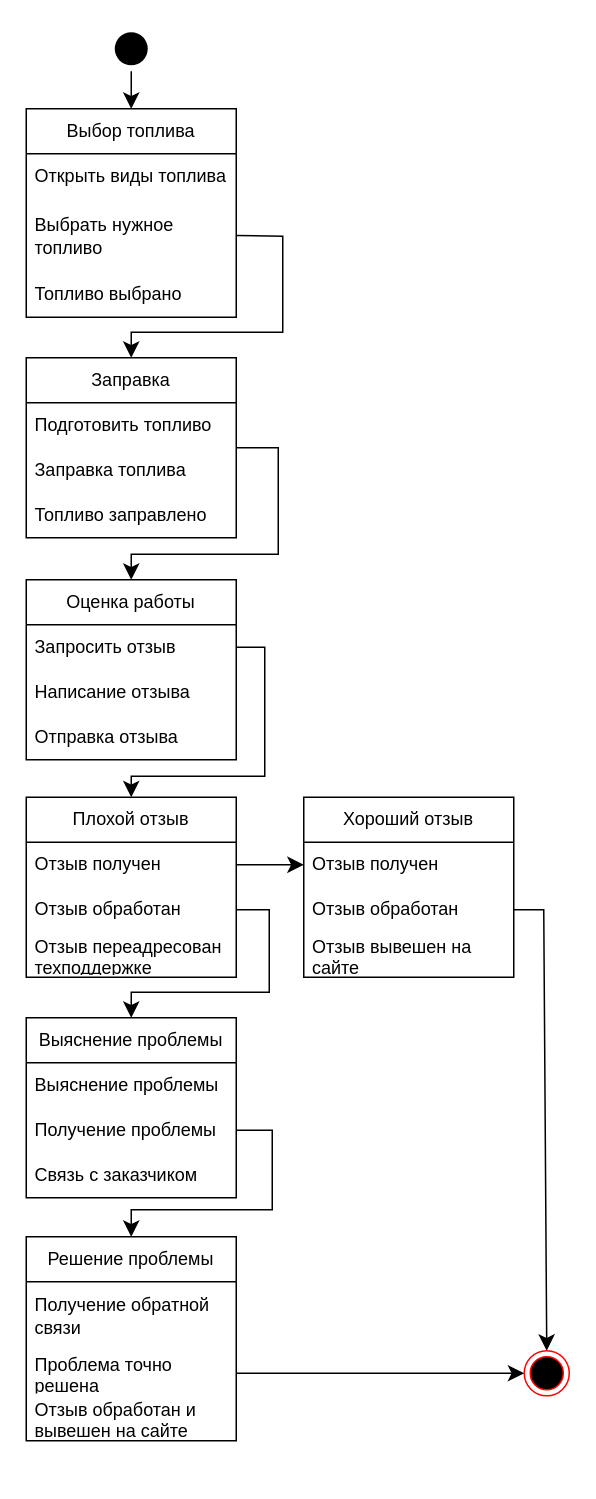
This is page "Page-4" (4 of 5) of 3.drawio from Helpmepleaseitishard/Aikms, a draw.io file, before an edit. Source tidied: cells renumbered, new cells numbered last; positions are measured from the earlier drawing's top-left corner, leaving out a move shared by most shapes. Both pictures are drawn from the tidied source at 150%, with x=0, y=0 at pixel (26, 26).
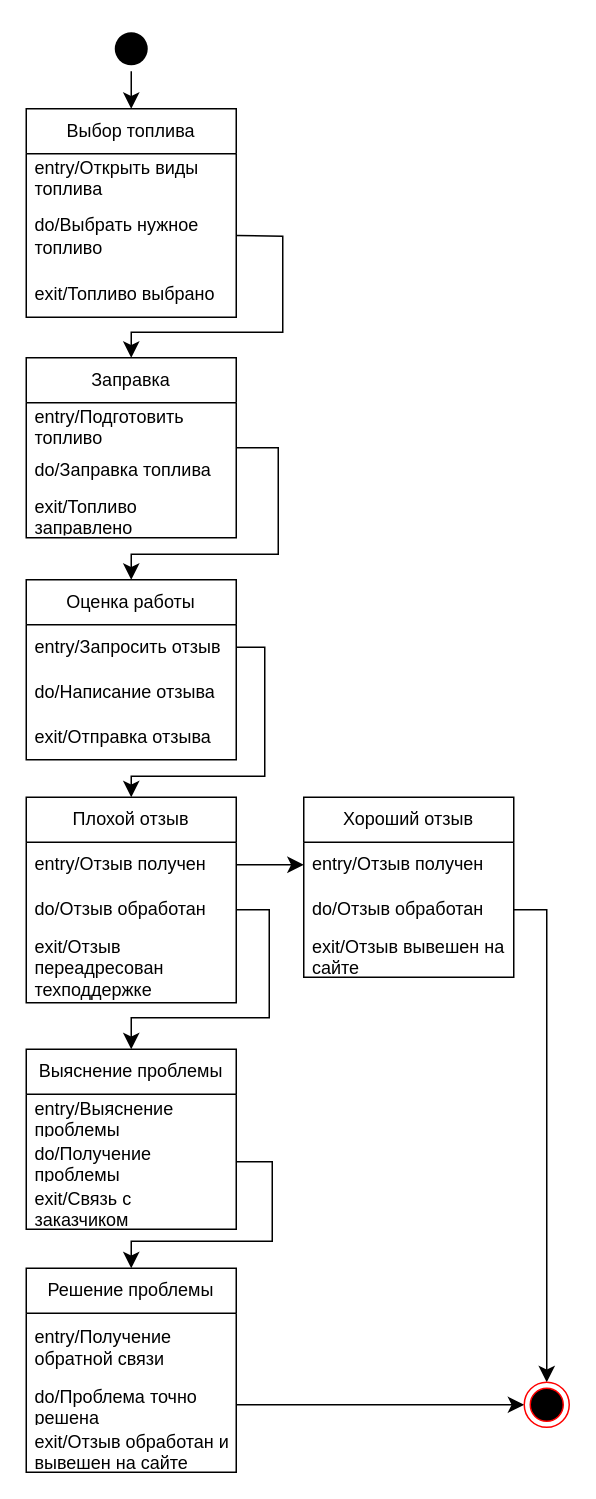
The same diagram, later.

The change refers to these unchanged cells:
```xml
<mxCell id="2" value="Выбор топлива" style="swimlane;fontStyle=0;horizontal=1;startSize=30;whiteSpace=wrap;html=1;" parent="1" vertex="1">
  <mxGeometry y="55" width="140" height="139" as="geometry" />
</mxCell>
<mxCell id="7" value="Заправка" style="swimlane;fontStyle=0;horizontal=1;startSize=30;whiteSpace=wrap;html=1;" parent="1" vertex="1">
  <mxGeometry y="221" width="140" height="120" as="geometry" />
</mxCell>
<mxCell id="11" value="Оценка работы" style="swimlane;fontStyle=0;horizontal=1;startSize=30;whiteSpace=wrap;html=1;" parent="1" vertex="1">
  <mxGeometry y="369" width="140" height="120" as="geometry" />
</mxCell>
<mxCell id="29" value="Хороший отзыв" style="swimlane;fontStyle=0;horizontal=1;startSize=30;whiteSpace=wrap;html=1;" parent="1" vertex="1">
  <mxGeometry x="185" y="514" width="140" height="120" as="geometry" />
</mxCell>
```

Diff of the diagram source:
```diff
@@
-    <mxCell id="3" value="Открыть виды топлива" style="text;strokeColor=none;fillColor=none;align=left;verticalAlign=middle;spacingLeft=4;spacingRight=4;overflow=hidden;whiteSpace=wrap;html=1;" parent="2" vertex="1">
+    <mxCell id="3" value="entry/Открыть виды топлива" style="text;strokeColor=none;fillColor=none;align=left;verticalAlign=middle;spacingLeft=4;spacingRight=4;overflow=hidden;whiteSpace=wrap;html=1;" parent="2" vertex="1">
       <mxGeometry y="30" width="140" height="30" as="geometry" />
     </mxCell>
-    <mxCell id="4" value="Выбрать нужное топливо" style="text;strokeColor=none;fillColor=none;align=left;verticalAlign=middle;spacingLeft=4;spacingRight=4;overflow=hidden;points=[[0,0.5],[1,0.5]];portConstraint=eastwest;whiteSpace=wrap;html=1;" parent="2" vertex="1">
+    <mxCell id="4" value="do/Выбрать нужное топливо" style="text;strokeColor=none;fillColor=none;align=left;verticalAlign=middle;spacingLeft=4;spacingRight=4;overflow=hidden;points=[[0,0.5],[1,0.5]];portConstraint=eastwest;whiteSpace=wrap;html=1;" parent="2" vertex="1">
       <mxGeometry y="60" width="140" height="49" as="geometry" />
     </mxCell>
-    <mxCell id="5" value="Топливо выбрано" style="text;strokeColor=none;fillColor=none;align=left;verticalAlign=middle;spacingLeft=4;spacingRight=4;overflow=hidden;whiteSpace=wrap;html=1;" parent="2" vertex="1">
+    <mxCell id="5" value="exit/Топливо выбрано" style="text;strokeColor=none;fillColor=none;align=left;verticalAlign=middle;spacingLeft=4;spacingRight=4;overflow=hidden;whiteSpace=wrap;html=1;" parent="2" vertex="1">
       <mxGeometry y="109" width="140" height="30" as="geometry" />
     </mxCell>
@@
-    <mxCell id="8" value="Подготовить топливо" style="text;strokeColor=none;fillColor=none;align=left;verticalAlign=middle;spacingLeft=4;spacingRight=4;overflow=hidden;whiteSpace=wrap;html=1;" parent="7" vertex="1">
+    <mxCell id="8" value="entry/Подготовить топливо" style="text;strokeColor=none;fillColor=none;align=left;verticalAlign=middle;spacingLeft=4;spacingRight=4;overflow=hidden;whiteSpace=wrap;html=1;" parent="7" vertex="1">
       <mxGeometry y="30" width="140" height="30" as="geometry" />
     </mxCell>
-    <mxCell id="9" value="Заправка топлива" style="text;strokeColor=none;fillColor=none;align=left;verticalAlign=middle;spacingLeft=4;spacingRight=4;overflow=hidden;whiteSpace=wrap;html=1;" parent="7" vertex="1">
+    <mxCell id="9" value="do/Заправка топлива" style="text;strokeColor=none;fillColor=none;align=left;verticalAlign=middle;spacingLeft=4;spacingRight=4;overflow=hidden;whiteSpace=wrap;html=1;" parent="7" vertex="1">
       <mxGeometry y="60" width="140" height="30" as="geometry" />
     </mxCell>
-    <mxCell id="10" value="Топливо заправлено" style="text;strokeColor=none;fillColor=none;align=left;verticalAlign=middle;spacingLeft=4;spacingRight=4;overflow=hidden;whiteSpace=wrap;html=1;" parent="7" vertex="1">
+    <mxCell id="10" value="exit/Топливо заправлено" style="text;strokeColor=none;fillColor=none;align=left;verticalAlign=middle;spacingLeft=4;spacingRight=4;overflow=hidden;whiteSpace=wrap;html=1;" parent="7" vertex="1">
       <mxGeometry y="90" width="140" height="30" as="geometry" />
     </mxCell>
@@
-    <mxCell id="12" value="Запросить отзыв" style="text;strokeColor=none;fillColor=none;align=left;verticalAlign=middle;spacingLeft=4;spacingRight=4;overflow=hidden;points=[[0,0.5],[1,0.5]];portConstraint=eastwest;whiteSpace=wrap;html=1;" parent="11" vertex="1">
+    <mxCell id="12" value="entry/Запросить отзыв" style="text;strokeColor=none;fillColor=none;align=left;verticalAlign=middle;spacingLeft=4;spacingRight=4;overflow=hidden;points=[[0,0.5],[1,0.5]];portConstraint=eastwest;whiteSpace=wrap;html=1;" parent="11" vertex="1">
       <mxGeometry y="30" width="140" height="30" as="geometry" />
     </mxCell>
-    <mxCell id="13" value="Написание отзыва" style="text;strokeColor=none;fillColor=none;align=left;verticalAlign=middle;spacingLeft=4;spacingRight=4;overflow=hidden;whiteSpace=wrap;html=1;" parent="11" vertex="1">
+    <mxCell id="13" value="do/Написание отзыва" style="text;strokeColor=none;fillColor=none;align=left;verticalAlign=middle;spacingLeft=4;spacingRight=4;overflow=hidden;whiteSpace=wrap;html=1;" parent="11" vertex="1">
       <mxGeometry y="60" width="140" height="30" as="geometry" />
     </mxCell>
-    <mxCell id="14" value="Отправка отзыва" style="text;strokeColor=none;fillColor=none;align=left;verticalAlign=middle;spacingLeft=4;spacingRight=4;overflow=hidden;whiteSpace=wrap;html=1;" parent="11" vertex="1">
+    <mxCell id="14" value="exit/Отправка отзыва" style="text;strokeColor=none;fillColor=none;align=left;verticalAlign=middle;spacingLeft=4;spacingRight=4;overflow=hidden;whiteSpace=wrap;html=1;" parent="11" vertex="1">
       <mxGeometry y="90" width="140" height="30" as="geometry" />
     </mxCell>
     <mxCell id="15" value="Плохой отзыв" style="swimlane;fontStyle=0;horizontal=1;startSize=30;whiteSpace=wrap;html=1;" parent="1" vertex="1">
-      <mxGeometry y="514" width="140" height="120" as="geometry" />
+      <mxGeometry y="514" width="140" height="137" as="geometry" />
     </mxCell>
-    <mxCell id="16" value="Отзыв получен" style="text;strokeColor=none;fillColor=none;align=left;verticalAlign=middle;spacingLeft=4;spacingRight=4;overflow=hidden;points=[[0,0.5],[1,0.5]];portConstraint=eastwest;whiteSpace=wrap;html=1;" parent="15" vertex="1">
+    <mxCell id="16" value="entry/Отзыв получен" style="text;strokeColor=none;fillColor=none;align=left;verticalAlign=middle;spacingLeft=4;spacingRight=4;overflow=hidden;points=[[0,0.5],[1,0.5]];portConstraint=eastwest;whiteSpace=wrap;html=1;" parent="15" vertex="1">
       <mxGeometry y="30" width="140" height="30" as="geometry" />
     </mxCell>
-    <mxCell id="17" value="Отзыв обработан" style="text;strokeColor=none;fillColor=none;align=left;verticalAlign=middle;spacingLeft=4;spacingRight=4;overflow=hidden;points=[[0,0.5],[1,0.5]];portConstraint=eastwest;whiteSpace=wrap;html=1;" parent="15" vertex="1">
+    <mxCell id="17" value="do/Отзыв обработан" style="text;strokeColor=none;fillColor=none;align=left;verticalAlign=middle;spacingLeft=4;spacingRight=4;overflow=hidden;points=[[0,0.5],[1,0.5]];portConstraint=eastwest;whiteSpace=wrap;html=1;" parent="15" vertex="1">
       <mxGeometry y="60" width="140" height="30" as="geometry" />
     </mxCell>
-    <mxCell id="18" value="Отзыв переадресован техподдержке" style="text;strokeColor=none;fillColor=none;align=left;verticalAlign=middle;spacingLeft=4;spacingRight=4;overflow=hidden;whiteSpace=wrap;html=1;" parent="15" vertex="1">
-      <mxGeometry y="90" width="140" height="30" as="geometry" />
+    <mxCell id="18" value="exit/Отзыв переадресован техподдержке" style="text;strokeColor=none;fillColor=none;align=left;verticalAlign=middle;spacingLeft=4;spacingRight=4;overflow=hidden;whiteSpace=wrap;html=1;" parent="15" vertex="1">
+      <mxGeometry y="90" width="140" height="47" as="geometry" />
     </mxCell>
     <mxCell id="19" value="Выяснение проблемы" style="swimlane;fontStyle=0;horizontal=1;startSize=30;whiteSpace=wrap;html=1;" parent="1" vertex="1">
-      <mxGeometry y="661" width="140" height="120" as="geometry" />
+      <mxGeometry y="682" width="140" height="120" as="geometry" />
     </mxCell>
-    <mxCell id="20" value="Выяснение проблемы" style="text;strokeColor=none;fillColor=none;align=left;verticalAlign=middle;spacingLeft=4;spacingRight=4;overflow=hidden;whiteSpace=wrap;html=1;" parent="19" vertex="1">
+    <mxCell id="20" value="entry/Выяснение проблемы" style="text;strokeColor=none;fillColor=none;align=left;verticalAlign=middle;spacingLeft=4;spacingRight=4;overflow=hidden;whiteSpace=wrap;html=1;" parent="19" vertex="1">
       <mxGeometry y="30" width="140" height="30" as="geometry" />
     </mxCell>
-    <mxCell id="21" value="Получение проблемы" style="text;strokeColor=none;fillColor=none;align=left;verticalAlign=middle;spacingLeft=4;spacingRight=4;overflow=hidden;points=[[0,0.5],[1,0.5]];portConstraint=eastwest;whiteSpace=wrap;html=1;" parent="19" vertex="1">
+    <mxCell id="21" value="do/Получение проблемы" style="text;strokeColor=none;fillColor=none;align=left;verticalAlign=middle;spacingLeft=4;spacingRight=4;overflow=hidden;points=[[0,0.5],[1,0.5]];portConstraint=eastwest;whiteSpace=wrap;html=1;" parent="19" vertex="1">
       <mxGeometry y="60" width="140" height="30" as="geometry" />
     </mxCell>
-    <mxCell id="22" value="Связь с заказчиком" style="text;strokeColor=none;fillColor=none;align=left;verticalAlign=middle;spacingLeft=4;spacingRight=4;overflow=hidden;whiteSpace=wrap;html=1;" parent="19" vertex="1">
+    <mxCell id="22" value="exit/Связь с заказчиком" style="text;strokeColor=none;fillColor=none;align=left;verticalAlign=middle;spacingLeft=4;spacingRight=4;overflow=hidden;whiteSpace=wrap;html=1;" parent="19" vertex="1">
       <mxGeometry y="90" width="140" height="30" as="geometry" />
     </mxCell>
     <mxCell id="23" value="Решение проблемы" style="swimlane;fontStyle=0;horizontal=1;startSize=30;whiteSpace=wrap;html=1;" parent="1" vertex="1">
-      <mxGeometry y="807" width="140" height="136" as="geometry" />
+      <mxGeometry y="828" width="140" height="136" as="geometry" />
     </mxCell>
-    <mxCell id="24" value="Получение обратной связи" style="text;strokeColor=none;fillColor=none;align=left;verticalAlign=middle;spacingLeft=4;spacingRight=4;overflow=hidden;whiteSpace=wrap;html=1;" parent="23" vertex="1">
+    <mxCell id="24" value="entry/Получение обратной связи" style="text;strokeColor=none;fillColor=none;align=left;verticalAlign=middle;spacingLeft=4;spacingRight=4;overflow=hidden;whiteSpace=wrap;html=1;" parent="23" vertex="1">
       <mxGeometry y="30" width="140" height="46" as="geometry" />
     </mxCell>
-    <mxCell id="25" value="Проблема точно решена" style="text;strokeColor=none;fillColor=none;align=left;verticalAlign=middle;spacingLeft=4;spacingRight=4;overflow=hidden;points=[[0,0.5],[1,0.5]];portConstraint=eastwest;whiteSpace=wrap;html=1;" parent="23" vertex="1">
+    <mxCell id="25" value="do/Проблема точно решена" style="text;strokeColor=none;fillColor=none;align=left;verticalAlign=middle;spacingLeft=4;spacingRight=4;overflow=hidden;points=[[0,0.5],[1,0.5]];portConstraint=eastwest;whiteSpace=wrap;html=1;" parent="23" vertex="1">
       <mxGeometry y="76" width="140" height="30" as="geometry" />
     </mxCell>
-    <mxCell id="26" value="Отзыв обработан и вывешен на сайте" style="text;strokeColor=none;fillColor=none;align=left;verticalAlign=middle;spacingLeft=4;spacingRight=4;overflow=hidden;whiteSpace=wrap;html=1;" parent="23" vertex="1">
+    <mxCell id="26" value="exit/Отзыв обработан и вывешен на сайте" style="text;strokeColor=none;fillColor=none;align=left;verticalAlign=middle;spacingLeft=4;spacingRight=4;overflow=hidden;whiteSpace=wrap;html=1;" parent="23" vertex="1">
       <mxGeometry y="106" width="140" height="30" as="geometry" />
     </mxCell>
@@
-    <mxCell id="30" value="Отзыв получен" style="text;strokeColor=none;fillColor=none;align=left;verticalAlign=middle;spacingLeft=4;spacingRight=4;overflow=hidden;points=[[0,0.5],[1,0.5]];portConstraint=eastwest;whiteSpace=wrap;html=1;" parent="29" vertex="1">
+    <mxCell id="30" value="entry/Отзыв получен" style="text;strokeColor=none;fillColor=none;align=left;verticalAlign=middle;spacingLeft=4;spacingRight=4;overflow=hidden;points=[[0,0.5],[1,0.5]];portConstraint=eastwest;whiteSpace=wrap;html=1;" parent="29" vertex="1">
       <mxGeometry y="30" width="140" height="30" as="geometry" />
     </mxCell>
-    <mxCell id="31" value="Отзыв обработан" style="text;strokeColor=none;fillColor=none;align=left;verticalAlign=middle;spacingLeft=4;spacingRight=4;overflow=hidden;points=[[0,0.5],[1,0.5]];portConstraint=eastwest;whiteSpace=wrap;html=1;" parent="29" vertex="1">
+    <mxCell id="31" value="do/Отзыв обработан" style="text;strokeColor=none;fillColor=none;align=left;verticalAlign=middle;spacingLeft=4;spacingRight=4;overflow=hidden;points=[[0,0.5],[1,0.5]];portConstraint=eastwest;whiteSpace=wrap;html=1;" parent="29" vertex="1">
       <mxGeometry y="60" width="140" height="30" as="geometry" />
     </mxCell>
-    <mxCell id="32" value="Отзыв вывешен на сайте" style="text;strokeColor=none;fillColor=none;align=left;verticalAlign=middle;spacingLeft=4;spacingRight=4;overflow=hidden;whiteSpace=wrap;html=1;" parent="29" vertex="1">
+    <mxCell id="32" value="exit/Отзыв вывешен на сайте" style="text;strokeColor=none;fillColor=none;align=left;verticalAlign=middle;spacingLeft=4;spacingRight=4;overflow=hidden;whiteSpace=wrap;html=1;" parent="29" vertex="1">
       <mxGeometry y="90" width="140" height="30" as="geometry" />
     </mxCell>
@@
     <mxCell id="35" style="edgeStyle=none;curved=0;rounded=0;jettySize=auto;html=1;exitX=1;exitY=0.5;exitDx=0;exitDy=0;entryX=0.5;entryY=0;entryDx=0;entryDy=0;fontSize=12;startSize=8;endSize=8;" parent="1" edge="1" source="17" target="19">
       <mxGeometry relative="1" as="geometry">
         <Array as="points">
           <mxPoint x="162" y="589" />
-          <mxPoint x="162" y="644" />
-          <mxPoint x="70" y="644" />
+          <mxPoint x="162" y="661" />
+          <mxPoint x="70" y="661" />
         </Array>
       </mxGeometry>
     </mxCell>
     <mxCell id="36" style="edgeStyle=none;curved=0;rounded=0;jettySize=auto;html=1;exitX=1;exitY=0.5;exitDx=0;exitDy=0;entryX=0.5;entryY=0;entryDx=0;entryDy=0;fontSize=12;startSize=8;endSize=8;" parent="1" edge="1" source="21" target="23">
       <mxGeometry relative="1" as="geometry">
         <Array as="points">
-          <mxPoint x="164" y="736" />
-          <mxPoint x="164" y="789" />
-          <mxPoint x="70" y="789" />
+          <mxPoint x="164" y="757" />
+          <mxPoint x="164" y="810" />
+          <mxPoint x="70" y="810" />
         </Array>
       </mxGeometry>
     </mxCell>
@@
     <mxCell id="38" style="edgeStyle=none;curved=1;rounded=0;jettySize=auto;html=1;exitX=1;exitY=0.5;exitDx=0;exitDy=0;entryX=0;entryY=0.5;entryDx=0;entryDy=0;fontSize=12;startSize=8;endSize=8;" parent="1" edge="1" source="25">
       <mxGeometry relative="1" as="geometry">
-        <mxPoint x="332" y="898" as="targetPoint" />
+        <mxPoint x="332" y="919" as="targetPoint" />
       </mxGeometry>
     </mxCell>
-    <mxCell id="39" style="edgeStyle=none;curved=0;rounded=0;jettySize=auto;html=1;exitX=1;exitY=0.5;exitDx=0;exitDy=0;entryX=0.5;entryY=0;entryDx=0;entryDy=0;fontSize=12;startSize=8;endSize=8;" parent="1" edge="1" source="31">
+    <mxCell id="39" style="edgeStyle=none;curved=0;rounded=0;jettySize=auto;html=1;exitX=1;exitY=0.5;exitDx=0;exitDy=0;entryX=0.5;entryY=0;entryDx=0;entryDy=0;fontSize=12;startSize=8;endSize=8;" parent="1" edge="1" source="31" target="40">
       <mxGeometry relative="1" as="geometry">
-        <mxPoint x="347" y="883" as="targetPoint" />
         <Array as="points">
-          <mxPoint x="345" y="589" />
+          <mxPoint x="347" y="589" />
         </Array>
       </mxGeometry>
     </mxCell>
     <mxCell id="40" style="ellipse;html=1;shape=endState;fillColor=#000000;strokeColor=#ff0000;" parent="1" vertex="1">
-      <mxGeometry x="332" y="883" width="30" height="30" as="geometry" />
+      <mxGeometry x="332" y="904" width="30" height="30" as="geometry" />
     </mxCell>
```
